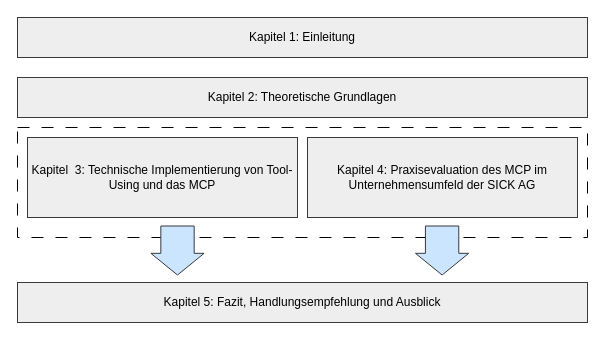
Earlier version of the draw.io diagram gliderung.drawio (blumjo99/MasterThesisDiagram). Source tidied: cells renumbered, new cells numbered last; positions are measured from the earlier drawing's top-left corner, leaving out a move shared by most shapes. Both pictures are drawn from the tidied source at 100%, with x=0, y=0 at pixel (17, 17).
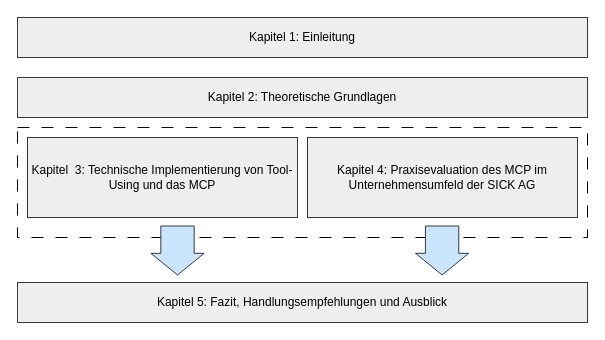
The same page after the edit.

What changed in the source:
```diff
@@
 <mxGraphModel>
   <root>
     <mxCell id="0" />
     <mxCell id="1" parent="0" />
     <mxCell id="2" style="rounded=0;whiteSpace=wrap;html=1;dashed=1;dashPattern=12 12;" parent="1" vertex="1">
       <mxGeometry y="110" width="570" height="110" as="geometry" />
     </mxCell>
     <mxCell id="3" value="Kapitel 1: Einleitung" style="rounded=0;whiteSpace=wrap;html=1;fillColor=#eeeeee;strokeColor=#36393d;" parent="1" vertex="1">
       <mxGeometry width="570" height="40" as="geometry" />
     </mxCell>
     <mxCell id="4" value="Kapitel 2: Theoretische Grundlagen" style="rounded=0;whiteSpace=wrap;html=1;fillColor=#eeeeee;strokeColor=#36393d;" parent="1" vertex="1">
       <mxGeometry y="60" width="570" height="40" as="geometry" />
     </mxCell>
     <mxCell id="5" value="Kapitel&amp;nbsp; 3: Technische Implementierung von Tool-Using und das MCP" style="rounded=0;whiteSpace=wrap;html=1;fillColor=#eeeeee;strokeColor=#36393d;" parent="1" vertex="1">
       <mxGeometry x="10" y="120" width="270" height="80" as="geometry" />
     </mxCell>
     <mxCell id="6" value="&lt;div&gt;&lt;br&gt;&lt;/div&gt;&lt;div&gt;Kapitel 4: Praxisevaluation des MCP im Unternehmensumfeld der SICK AG&lt;/div&gt;&lt;div&gt;&lt;br&gt;&lt;/div&gt;" style="rounded=0;whiteSpace=wrap;html=1;fillColor=#eeeeee;strokeColor=#36393d;" parent="1" vertex="1">
       <mxGeometry x="290" y="120" width="270" height="80" as="geometry" />
     </mxCell>
-    <mxCell id="7" value="Kapitel 5: Fazit, Handlungsempfehlung und Ausblick" style="rounded=0;whiteSpace=wrap;html=1;fillColor=#eeeeee;strokeColor=#36393d;" parent="1" vertex="1">
+    <mxCell id="7" value="Kapitel 5: Fazit, Handlungsempfehlungen und Ausblick" style="rounded=0;whiteSpace=wrap;html=1;fillColor=#eeeeee;strokeColor=#36393d;" parent="1" vertex="1">
       <mxGeometry y="265" width="570" height="40" as="geometry" />
     </mxCell>
     <mxCell id="8" style="shape=flexArrow;endArrow=classic;html=1;rounded=0;endWidth=18.88888888888889;endSize=6.891666666666667;width=33.333333333333336;fillColor=#cce5ff;strokeColor=#36393d;" parent="1" edge="1">
       <mxGeometry relative="1" as="geometry">
         <mxPoint x="424.6" y="208" as="sourcePoint" />
         <mxPoint x="424.6" y="258" as="targetPoint" />
       </mxGeometry>
     </mxCell>
     <mxCell id="9" style="shape=flexArrow;endArrow=classic;html=1;rounded=0;endWidth=18.88888888888889;endSize=6.891666666666667;width=33.333333333333336;fillColor=#cce5ff;strokeColor=#36393d;" parent="1" edge="1">
       <mxGeometry relative="1" as="geometry">
         <mxPoint x="160" y="208" as="sourcePoint" />
         <mxPoint x="160" y="258" as="targetPoint" />
       </mxGeometry>
     </mxCell>
   </root>
 </mxGraphModel>
```
